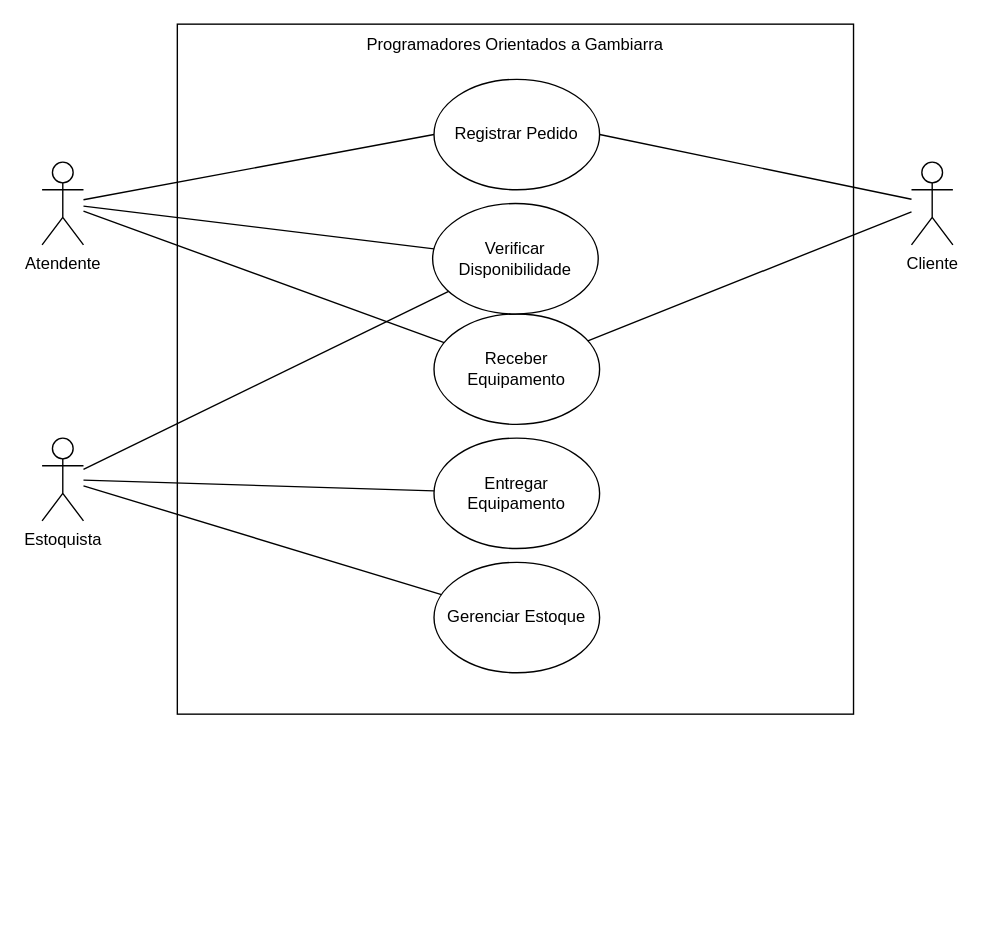
Earlier version of the draw.io diagram AC01/Arquivos Usados/Diagrama de UC.drawio (jhonatasantos12/Artefatos). Source tidied: cells renumbered, new cells numbered last; positions are measured from the earlier drawing's top-left corner, leaving out a move shared by most shapes. Both pictures are drawn from the tidied source at 138%, with x=0, y=0 at pixel (41, 23).
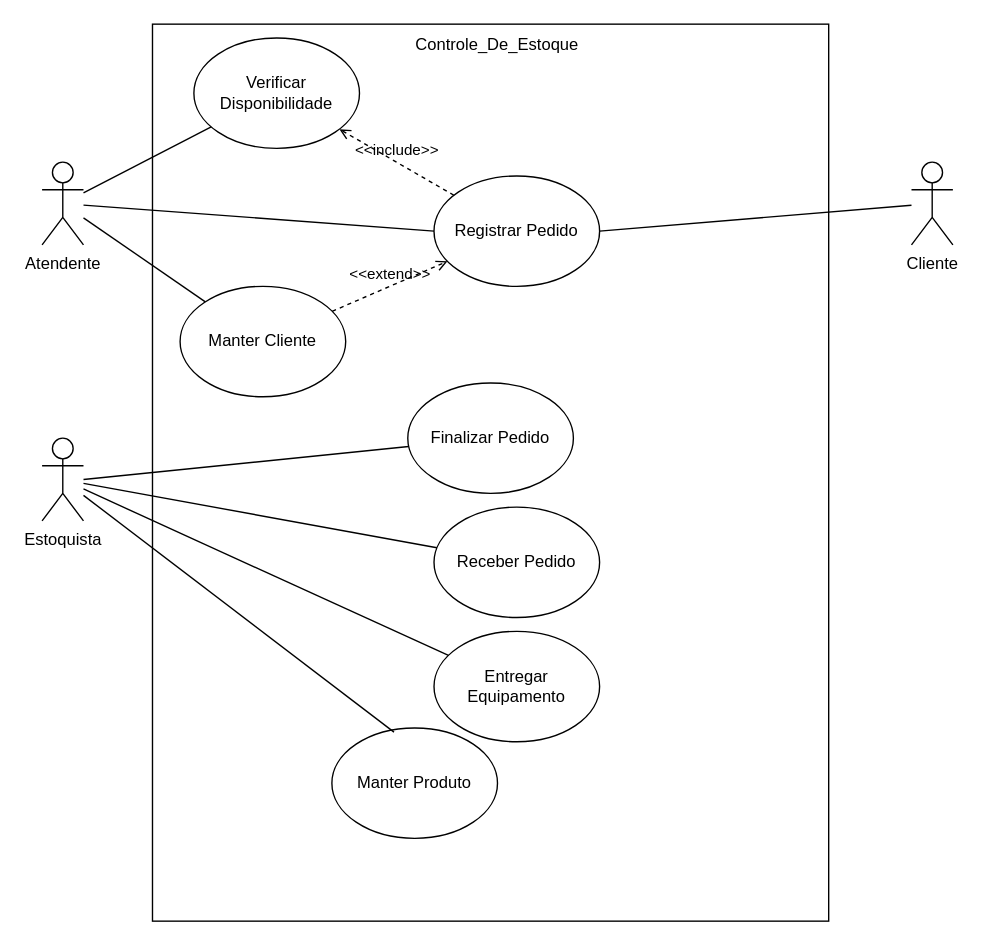
The same page after the edit.

Unchanged cells that the change refers to:
```xml
<mxCell id="2" value="Atendente&lt;br&gt;" style="shape=umlActor;verticalLabelPosition=bottom;verticalAlign=top;html=1;outlineConnect=0;" parent="1" vertex="1">
  <mxGeometry y="100" width="30" height="60" as="geometry" />
</mxCell>
<mxCell id="3" value="Estoquista" style="shape=umlActor;verticalLabelPosition=bottom;verticalAlign=top;html=1;outlineConnect=0;" parent="1" vertex="1">
  <mxGeometry y="300" width="30" height="60" as="geometry" />
</mxCell>
<mxCell id="4" value="Cliente&lt;br&gt;" style="shape=umlActor;verticalLabelPosition=bottom;verticalAlign=top;html=1;outlineConnect=0;" parent="1" vertex="1">
  <mxGeometry x="630" y="100" width="30" height="60" as="geometry" />
</mxCell>
```

The edit, as a diff of the source:
```diff
@@
     <mxCell id="5" style="rounded=0;whiteSpace=wrap;html=1;" parent="1" vertex="1">
-      <mxGeometry x="98" width="490" height="500" as="geometry" />
+      <mxGeometry x="80" width="490" height="650" as="geometry" />
     </mxCell>
     <mxCell id="6" value="Registrar Pedido" style="ellipse;whiteSpace=wrap;html=1;" parent="1" vertex="1">
-      <mxGeometry x="284" y="40" width="120" height="80" as="geometry" />
+      <mxGeometry x="284" y="110" width="120" height="80" as="geometry" />
     </mxCell>
@@
-    <mxCell id="8" value="Receber Equipamento&lt;br&gt;" style="ellipse;whiteSpace=wrap;html=1;" parent="1" vertex="1">
-      <mxGeometry x="284" y="210" width="120" height="80" as="geometry" />
-    </mxCell>
-    <mxCell id="9" style="endArrow=none;html=1;rounded=0;" parent="1" edge="1" source="8" target="4">
-      <mxGeometry relative="1" as="geometry" />
-    </mxCell>
@@
-    <mxCell id="11" style="endArrow=none;html=1;rounded=0;" parent="1" edge="1" source="3" target="12">
+    <mxCell id="11" style="endArrow=none;html=1;rounded=0;" parent="1" edge="1" source="3" target="20">
       <mxGeometry relative="1" as="geometry" />
     </mxCell>
     <mxCell id="12" value="Verificar Disponibilidade" style="ellipse;whiteSpace=wrap;html=1;" parent="1" vertex="1">
-      <mxGeometry x="283" y="130" width="120" height="80" as="geometry" />
+      <mxGeometry x="110" y="10" width="120" height="80" as="geometry" />
     </mxCell>
-    <mxCell id="13" style="endArrow=none;html=1;rounded=0;" parent="1" edge="1" source="2" target="12">
-      <mxGeometry relative="1" as="geometry" />
-    </mxCell>
     <mxCell id="14" value="Entregar Equipamento&lt;br&gt;" style="ellipse;whiteSpace=wrap;html=1;" parent="1" vertex="1">
-      <mxGeometry x="284" y="300" width="120" height="80" as="geometry" />
+      <mxGeometry x="284" y="440" width="120" height="80" as="geometry" />
     </mxCell>
@@
-    <mxCell id="16" style="endArrow=none;html=1;rounded=0;" parent="1" edge="1" source="2" target="8">
-      <mxGeometry relative="1" as="geometry" />
-    </mxCell>
-    <mxCell id="17" value="Gerenciar Estoque" style="ellipse;whiteSpace=wrap;html=1;" parent="1" vertex="1">
-      <mxGeometry x="284" y="390" width="120" height="80" as="geometry" />
-    </mxCell>
-    <mxCell id="18" style="endArrow=none;html=1;rounded=0;" parent="1" edge="1" source="3" target="17">
-      <mxGeometry relative="1" as="geometry" />
-    </mxCell>
-    <mxCell id="19" value="Programadores Orientados a Gambiarra" style="text;html=1;strokeColor=none;fillColor=none;align=center;verticalAlign=middle;whiteSpace=wrap;rounded=0;" parent="1" vertex="1">
-      <mxGeometry x="220" width="246" height="30" as="geometry" />
-    </mxCell>
+    <mxCell id="20" value="Receber Pedido&lt;br&gt;" style="ellipse;whiteSpace=wrap;html=1;" parent="1" vertex="1">
+      <mxGeometry x="284" y="350" width="120" height="80" as="geometry" />
+    </mxCell>
+    <mxCell id="21" value="Finalizar Pedido" style="ellipse;whiteSpace=wrap;html=1;" parent="1" vertex="1">
+      <mxGeometry x="265" y="260" width="120" height="80" as="geometry" />
+    </mxCell>
+    <mxCell id="22" style="endArrow=none;html=1;rounded=0;" parent="1" edge="1" target="21">
+      <mxGeometry relative="1" as="geometry">
+        <mxPoint x="30" y="330" as="sourcePoint" />
+      </mxGeometry>
+    </mxCell>
+    <mxCell id="23" value="&amp;lt;&amp;lt;include&amp;gt;&amp;gt;" style="html=1;verticalAlign=bottom;labelBackgroundColor=none;endArrow=open;endFill=0;dashed=1;rounded=0;" parent="1" edge="1" source="6" target="12">
+      <mxGeometry relative="1" as="geometry" />
+    </mxCell>
+    <mxCell id="13" style="endArrow=none;html=1;rounded=0;" parent="1" edge="1" source="2" target="12">
+      <mxGeometry relative="1" as="geometry" />
+    </mxCell>
+    <mxCell id="24" value="&amp;lt;&amp;lt;extend&amp;gt;&amp;gt;" style="html=1;verticalAlign=bottom;labelBackgroundColor=none;endArrow=open;endFill=0;dashed=1;rounded=0;" parent="1" edge="1" source="25" target="6">
+      <mxGeometry relative="1" as="geometry" />
+    </mxCell>
+    <mxCell id="25" value="Manter Cliente" style="ellipse;whiteSpace=wrap;html=1;" parent="1" vertex="1">
+      <mxGeometry x="100" y="190" width="120" height="80" as="geometry" />
+    </mxCell>
+    <mxCell id="26" style="endArrow=none;html=1;rounded=0;" parent="1" edge="1" source="2" target="25">
+      <mxGeometry relative="1" as="geometry" />
+    </mxCell>
+    <mxCell id="27" value="Controle_De_Estoque" style="text;html=1;strokeColor=none;fillColor=none;align=center;verticalAlign=middle;whiteSpace=wrap;rounded=0;" parent="1" vertex="1">
+      <mxGeometry x="197" width="266" height="30" as="geometry" />
+    </mxCell>
+    <mxCell id="28" value="Manter Produto" style="ellipse;whiteSpace=wrap;html=1;" parent="1" vertex="1">
+      <mxGeometry x="210" y="510" width="120" height="80" as="geometry" />
+    </mxCell>
+    <mxCell id="29" style="endArrow=none;html=1;rounded=0;entryX=0.375;entryY=0.038;entryDx=0;entryDy=0;entryPerimeter=0;" parent="1" edge="1" source="3" target="28">
+      <mxGeometry relative="1" as="geometry" />
+    </mxCell>
```
